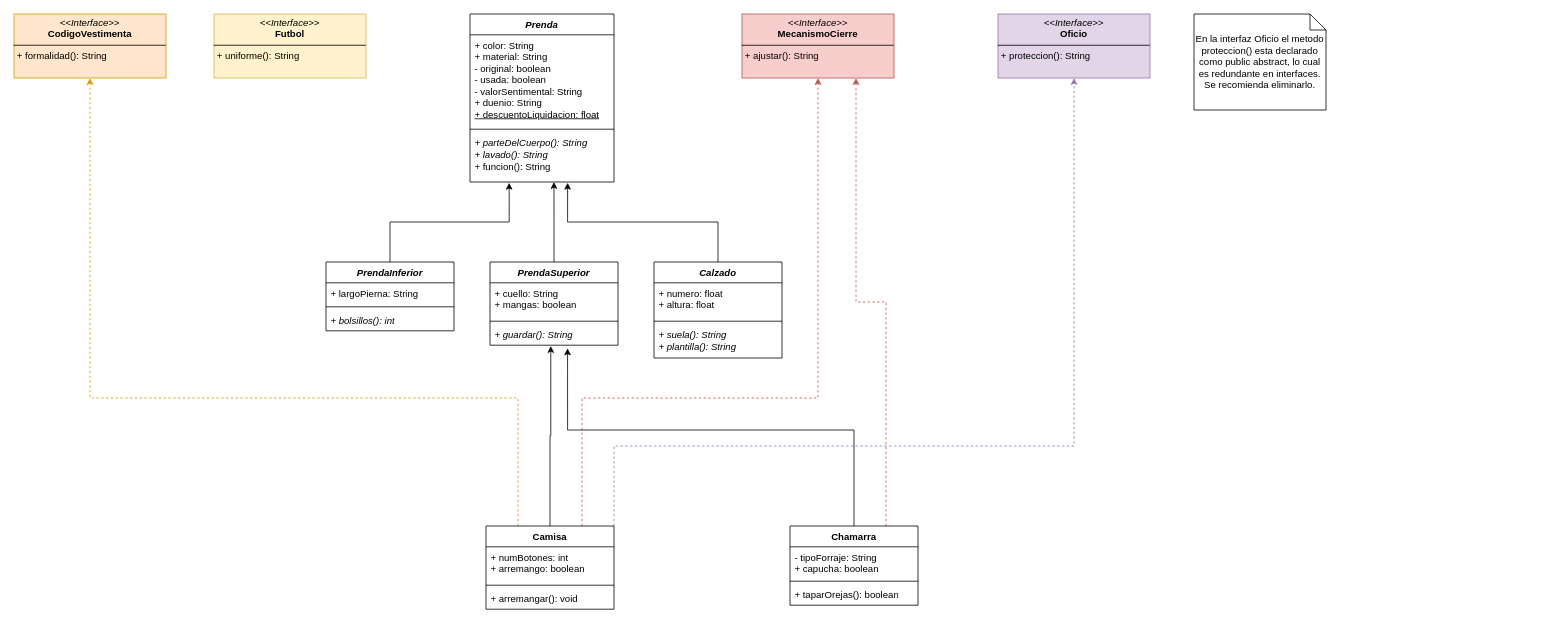
Above: Examen-2do-Parcial.drawio in xmr-p/DatabaseCharts (draw.io), before the change. Source tidied: cells renumbered, new cells numbered last; positions are measured from the earlier drawing's top-left corner, leaving out a move shared by most shapes. Both pictures are drawn from the tidied source at 80%, with x=0, y=0 at pixel (14, 14).
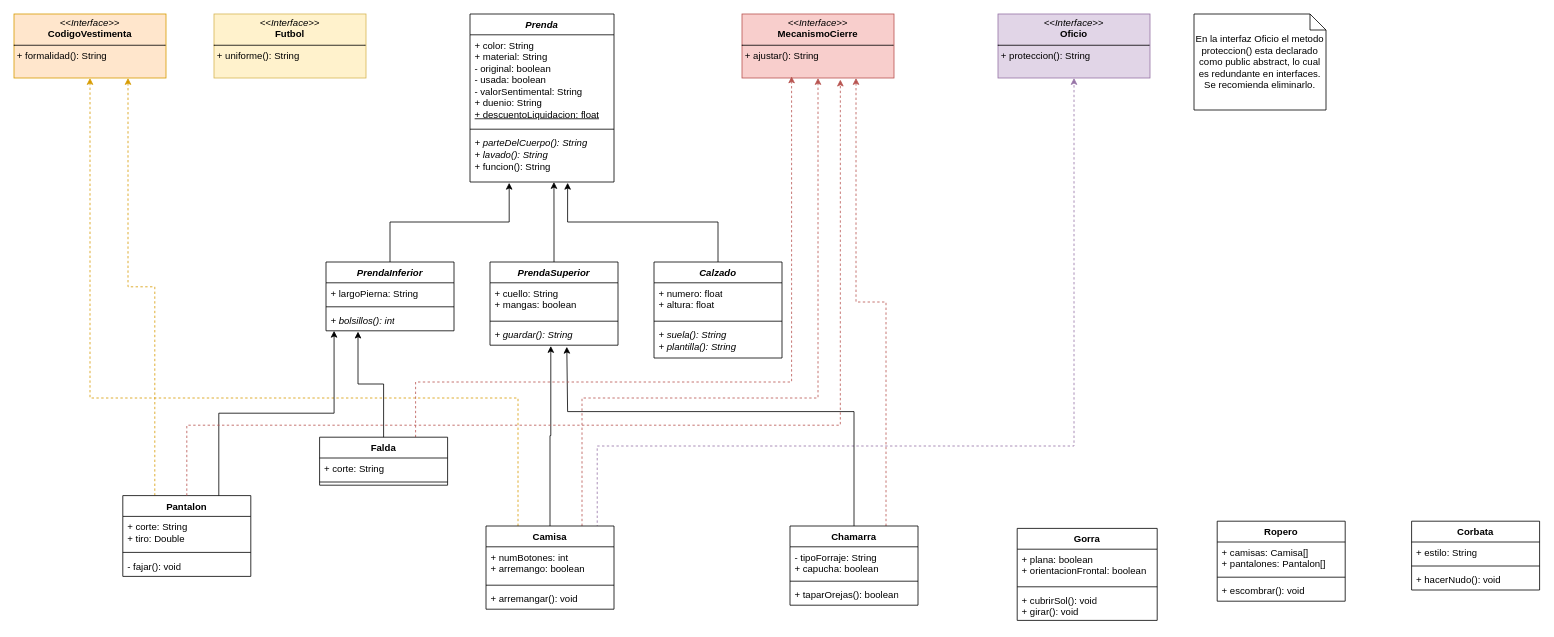
After the change.

The change refers to these unchanged cells:
```xml
<mxCell id="9" value="&lt;i&gt;+ bolsillos(): int&lt;/i&gt;" style="text;strokeColor=none;fillColor=none;align=left;verticalAlign=top;spacingLeft=4;spacingRight=4;overflow=hidden;points=[[0,0.5],[1,0.5]];portConstraint=eastwest;whiteSpace=wrap;html=1;" parent="6" vertex="1">
  <mxGeometry y="60" width="160" height="26" as="geometry" />
</mxCell>
<mxCell id="13" value="&lt;i&gt;+ guardar(): String&lt;/i&gt;" style="text;strokeColor=none;fillColor=none;align=left;verticalAlign=top;spacingLeft=4;spacingRight=4;overflow=hidden;points=[[0,0.5],[1,0.5]];portConstraint=eastwest;whiteSpace=wrap;html=1;" parent="10" vertex="1">
  <mxGeometry y="78" width="160" height="26" as="geometry" />
</mxCell>
<mxCell id="21" value="&lt;p style=&quot;margin:0px;margin-top:4px;text-align:center;&quot;&gt;&lt;i&gt;&amp;lt;&amp;lt;Interface&amp;gt;&amp;gt;&lt;/i&gt;&lt;br&gt;&lt;b&gt;CodigoVestimenta&lt;/b&gt;&lt;/p&gt;&lt;hr size=&quot;1&quot; style=&quot;border-style:solid;&quot;&gt;&lt;p style=&quot;margin:0px;margin-left:4px;&quot;&gt;+ formalidad(): String&lt;br&gt;&lt;/p&gt;" style="verticalAlign=top;align=left;overflow=fill;html=1;whiteSpace=wrap;fillColor=#ffe6cc;strokeColor=#d79b00;" parent="1" vertex="1">
  <mxGeometry width="190" height="80" as="geometry" />
</mxCell>
<mxCell id="23" value="&lt;p style=&quot;margin:0px;margin-top:4px;text-align:center;&quot;&gt;&lt;i&gt;&amp;lt;&amp;lt;Interface&amp;gt;&amp;gt;&lt;/i&gt;&lt;br&gt;&lt;b&gt;MecanismoCierre&lt;/b&gt;&lt;/p&gt;&lt;hr size=&quot;1&quot; style=&quot;border-style:solid;&quot;&gt;&lt;p style=&quot;margin:0px;margin-left:4px;&quot;&gt;&lt;span style=&quot;background-color: initial;&quot;&gt;+ ajustar(): String&lt;/span&gt;&lt;/p&gt;" style="verticalAlign=top;align=left;overflow=fill;html=1;whiteSpace=wrap;fillColor=#f8cecc;strokeColor=#b85450;" parent="1" vertex="1">
  <mxGeometry x="910" width="190" height="80" as="geometry" />
</mxCell>
<mxCell id="24" value="&lt;p style=&quot;margin:0px;margin-top:4px;text-align:center;&quot;&gt;&lt;i&gt;&amp;lt;&amp;lt;Interface&amp;gt;&amp;gt;&lt;/i&gt;&lt;br&gt;&lt;b&gt;Oficio&lt;/b&gt;&lt;/p&gt;&lt;hr size=&quot;1&quot; style=&quot;border-style:solid;&quot;&gt;&lt;p style=&quot;margin:0px;margin-left:4px;&quot;&gt;+ proteccion(): String&lt;br&gt;&lt;/p&gt;" style="verticalAlign=top;align=left;overflow=fill;html=1;whiteSpace=wrap;fillColor=#e1d5e7;strokeColor=#9673a6;" parent="1" vertex="1">
  <mxGeometry x="1230" width="190" height="80" as="geometry" />
</mxCell>
<mxCell id="28" value="Camisa" style="swimlane;fontStyle=1;align=center;verticalAlign=top;horizontal=1;startSize=26;whiteSpace=wrap;html=1;" parent="1" vertex="1">
  <mxGeometry x="590" y="640" width="160" height="104" as="geometry" />
</mxCell>
<mxCell id="35" value="Chamarra" style="swimlane;fontStyle=1;align=center;verticalAlign=top;horizontal=1;startSize=26;whiteSpace=wrap;html=1;" parent="1" vertex="1">
  <mxGeometry x="970" y="640" width="160" height="99" as="geometry" />
</mxCell>
```

Diff of the diagram source:
```diff
@@
-    <mxCell id="27" style="edgeStyle=orthogonalEdgeStyle;rounded=0;jettySize=auto;html=1;exitX=1;exitY=0;exitDx=0;exitDy=0;entryX=0.5;entryY=1;entryDx=0;entryDy=0;dashed=1;fillColor=#e1d5e7;strokeColor=#9673a6;" parent="1" edge="1" source="28" target="24">
+    <mxCell id="27" style="edgeStyle=orthogonalEdgeStyle;rounded=0;jettySize=auto;html=1;entryX=0.5;entryY=1;entryDx=0;entryDy=0;dashed=1;fillColor=#e1d5e7;strokeColor=#9673a6;exitX=0.869;exitY=0.019;exitDx=0;exitDy=0;exitPerimeter=0;" parent="1" edge="1" source="28" target="24">
       <mxGeometry relative="1" as="geometry">
         <Array as="points">
-          <mxPoint x="750" y="540" />
+          <mxPoint x="729" y="540" />
           <mxPoint x="1325" y="540" />
         </Array>
       </mxGeometry>
     </mxCell>
@@
-    <mxCell id="39" style="edgeStyle=orthogonalEdgeStyle;rounded=0;jettySize=auto;html=1;exitX=0.5;exitY=0;exitDx=0;exitDy=0;entryX=0.606;entryY=1.154;entryDx=0;entryDy=0;entryPerimeter=0;" parent="1" edge="1" source="35" target="13">
+    <mxCell id="39" style="edgeStyle=orthogonalEdgeStyle;rounded=0;jettySize=auto;html=1;exitX=0.5;exitY=0;exitDx=0;exitDy=0;entryX=0.6;entryY=1.077;entryDx=0;entryDy=0;entryPerimeter=0;" parent="1" edge="1" source="35" target="13">
       <mxGeometry relative="1" as="geometry">
         <Array as="points">
-          <mxPoint x="1050" y="520" />
-          <mxPoint x="692" y="520" />
+          <mxPoint x="1050" y="497" />
+          <mxPoint x="692" y="497" />
         </Array>
       </mxGeometry>
     </mxCell>
+    <mxCell id="40" value="Corbata" style="swimlane;fontStyle=1;align=center;verticalAlign=top;horizontal=1;startSize=26;whiteSpace=wrap;html=1;" parent="1" vertex="1">
+      <mxGeometry x="1747" y="634" width="160" height="86" as="geometry" />
+    </mxCell>
+    <mxCell id="41" value="+ estilo: String" style="text;strokeColor=none;fillColor=none;align=left;verticalAlign=top;spacingLeft=4;spacingRight=4;overflow=hidden;whiteSpace=wrap;html=1;" parent="40" vertex="1">
+      <mxGeometry y="26" width="160" height="26" as="geometry" />
+    </mxCell>
+    <mxCell id="42" style="line;strokeWidth=1;fillColor=none;align=left;verticalAlign=middle;spacingTop=-1;spacingLeft=3;spacingRight=3;labelPosition=right;strokeColor=inherit;" parent="40" vertex="1">
+      <mxGeometry y="52" width="160" height="8" as="geometry" />
+    </mxCell>
+    <mxCell id="43" value="+ hacerNudo(): void" style="text;strokeColor=none;fillColor=none;align=left;verticalAlign=top;spacingLeft=4;spacingRight=4;overflow=hidden;whiteSpace=wrap;html=1;" parent="40" vertex="1">
+      <mxGeometry y="60" width="160" height="26" as="geometry" />
+    </mxCell>
+    <mxCell id="44" value="Ropero" style="swimlane;fontStyle=1;align=center;verticalAlign=top;horizontal=1;startSize=26;whiteSpace=wrap;html=1;" parent="1" vertex="1">
+      <mxGeometry x="1504" y="634" width="160" height="100" as="geometry" />
+    </mxCell>
+    <mxCell id="45" value="+ camisas: Camisa[]&lt;div&gt;+ pantalones: Pantalon[]&lt;/div&gt;" style="text;strokeColor=none;fillColor=none;align=left;verticalAlign=top;spacingLeft=4;spacingRight=4;overflow=hidden;whiteSpace=wrap;html=1;" parent="44" vertex="1">
+      <mxGeometry y="26" width="160" height="40" as="geometry" />
+    </mxCell>
+    <mxCell id="46" style="line;strokeWidth=1;fillColor=none;align=left;verticalAlign=middle;spacingTop=-1;spacingLeft=3;spacingRight=3;labelPosition=right;strokeColor=inherit;" parent="44" vertex="1">
+      <mxGeometry y="66" width="160" height="8" as="geometry" />
+    </mxCell>
+    <mxCell id="47" value="+ escombrar(): void" style="text;strokeColor=none;fillColor=none;align=left;verticalAlign=top;spacingLeft=4;spacingRight=4;overflow=hidden;whiteSpace=wrap;html=1;" parent="44" vertex="1">
+      <mxGeometry y="74" width="160" height="26" as="geometry" />
+    </mxCell>
+    <mxCell id="48" style="edgeStyle=orthogonalEdgeStyle;rounded=0;jettySize=auto;html=1;exitX=0.75;exitY=0;exitDx=0;exitDy=0;fillColor=#f8cecc;strokeColor=#b85450;dashed=1;" parent="1" edge="1" source="49">
+      <mxGeometry relative="1" as="geometry">
+        <mxPoint x="972" y="78" as="targetPoint" />
+        <Array as="points">
+          <mxPoint x="502" y="460" />
+          <mxPoint x="972" y="460" />
+        </Array>
+      </mxGeometry>
+    </mxCell>
+    <mxCell id="49" value="Falda" style="swimlane;fontStyle=1;align=center;verticalAlign=top;horizontal=1;startSize=26;whiteSpace=wrap;html=1;" parent="1" vertex="1">
+      <mxGeometry x="382" y="529" width="160" height="60" as="geometry" />
+    </mxCell>
+    <mxCell id="50" value="+ corte: String" style="text;strokeColor=none;fillColor=none;align=left;verticalAlign=top;spacingLeft=4;spacingRight=4;overflow=hidden;whiteSpace=wrap;html=1;" parent="49" vertex="1">
+      <mxGeometry y="26" width="160" height="26" as="geometry" />
+    </mxCell>
+    <mxCell id="51" style="line;strokeWidth=1;fillColor=none;align=left;verticalAlign=middle;spacingTop=-1;spacingLeft=3;spacingRight=3;labelPosition=right;strokeColor=inherit;" parent="49" vertex="1">
+      <mxGeometry y="52" width="160" height="8" as="geometry" />
+    </mxCell>
+    <mxCell id="52" style="edgeStyle=orthogonalEdgeStyle;rounded=0;jettySize=auto;html=1;exitX=0.5;exitY=0;exitDx=0;exitDy=0;entryX=0.25;entryY=1.038;entryDx=0;entryDy=0;entryPerimeter=0;" parent="1" edge="1" source="49" target="9">
+      <mxGeometry relative="1" as="geometry" />
+    </mxCell>
+    <mxCell id="53" value="Gorra" style="swimlane;fontStyle=1;align=center;verticalAlign=top;horizontal=1;startSize=26;whiteSpace=wrap;html=1;" parent="1" vertex="1">
+      <mxGeometry x="1254" y="643" width="175" height="115" as="geometry" />
+    </mxCell>
+    <mxCell id="54" value="+ plana: boolean&lt;div&gt;+ orientacionFrontal: boolean&lt;/div&gt;" style="text;strokeColor=none;fillColor=none;align=left;verticalAlign=top;spacingLeft=4;spacingRight=4;overflow=hidden;whiteSpace=wrap;html=1;" parent="53" vertex="1">
+      <mxGeometry y="26" width="175" height="43" as="geometry" />
+    </mxCell>
+    <mxCell id="55" style="line;strokeWidth=1;fillColor=none;align=left;verticalAlign=middle;spacingTop=-1;spacingLeft=3;spacingRight=3;labelPosition=right;strokeColor=inherit;" parent="53" vertex="1">
+      <mxGeometry y="69" width="175" height="8" as="geometry" />
+    </mxCell>
+    <mxCell id="56" value="+ cubrirSol(): void&lt;div&gt;+ girar(): void&lt;/div&gt;" style="text;strokeColor=none;fillColor=none;align=left;verticalAlign=top;spacingLeft=4;spacingRight=4;overflow=hidden;whiteSpace=wrap;html=1;" parent="53" vertex="1">
+      <mxGeometry y="77" width="175" height="38" as="geometry" />
+    </mxCell>
+    <mxCell id="57" style="edgeStyle=orthogonalEdgeStyle;rounded=0;jettySize=auto;html=1;exitX=0.25;exitY=0;exitDx=0;exitDy=0;entryX=0.75;entryY=1;entryDx=0;entryDy=0;fillColor=#ffe6cc;strokeColor=#d79b00;dashed=1;" parent="1" edge="1" source="58" target="21">
+      <mxGeometry relative="1" as="geometry" />
+    </mxCell>
+    <mxCell id="58" value="Pantalon" style="swimlane;fontStyle=1;align=center;verticalAlign=top;horizontal=1;startSize=26;whiteSpace=wrap;html=1;" parent="1" vertex="1">
+      <mxGeometry x="136" y="602" width="160" height="101" as="geometry" />
+    </mxCell>
+    <mxCell id="59" value="+ corte: String&lt;div&gt;+ tiro: Double&lt;/div&gt;" style="text;strokeColor=none;fillColor=none;align=left;verticalAlign=top;spacingLeft=4;spacingRight=4;overflow=hidden;whiteSpace=wrap;html=1;" parent="58" vertex="1">
+      <mxGeometry y="26" width="160" height="41" as="geometry" />
+    </mxCell>
+    <mxCell id="60" style="line;strokeWidth=1;fillColor=none;align=left;verticalAlign=middle;spacingTop=-1;spacingLeft=3;spacingRight=3;labelPosition=right;strokeColor=inherit;" parent="58" vertex="1">
+      <mxGeometry y="67" width="160" height="8" as="geometry" />
+    </mxCell>
+    <mxCell id="61" value="- fajar(): void" style="text;strokeColor=none;fillColor=none;align=left;verticalAlign=top;spacingLeft=4;spacingRight=4;overflow=hidden;whiteSpace=wrap;html=1;" parent="58" vertex="1">
+      <mxGeometry y="75" width="160" height="26" as="geometry" />
+    </mxCell>
+    <mxCell id="62" style="edgeStyle=orthogonalEdgeStyle;rounded=0;jettySize=auto;html=1;exitX=0.75;exitY=0;exitDx=0;exitDy=0;entryX=0.063;entryY=1;entryDx=0;entryDy=0;entryPerimeter=0;" parent="1" edge="1" source="58" target="9">
+      <mxGeometry relative="1" as="geometry" />
+    </mxCell>
+    <mxCell id="63" style="edgeStyle=orthogonalEdgeStyle;rounded=0;jettySize=auto;html=1;exitX=0.5;exitY=0;exitDx=0;exitDy=0;entryX=0.647;entryY=1.025;entryDx=0;entryDy=0;entryPerimeter=0;fillColor=#f8cecc;strokeColor=#b85450;dashed=1;" parent="1" edge="1" source="58" target="23">
+      <mxGeometry relative="1" as="geometry">
+        <Array as="points">
+          <mxPoint x="216" y="514" />
+          <mxPoint x="1033" y="514" />
+        </Array>
+      </mxGeometry>
+    </mxCell>
```
